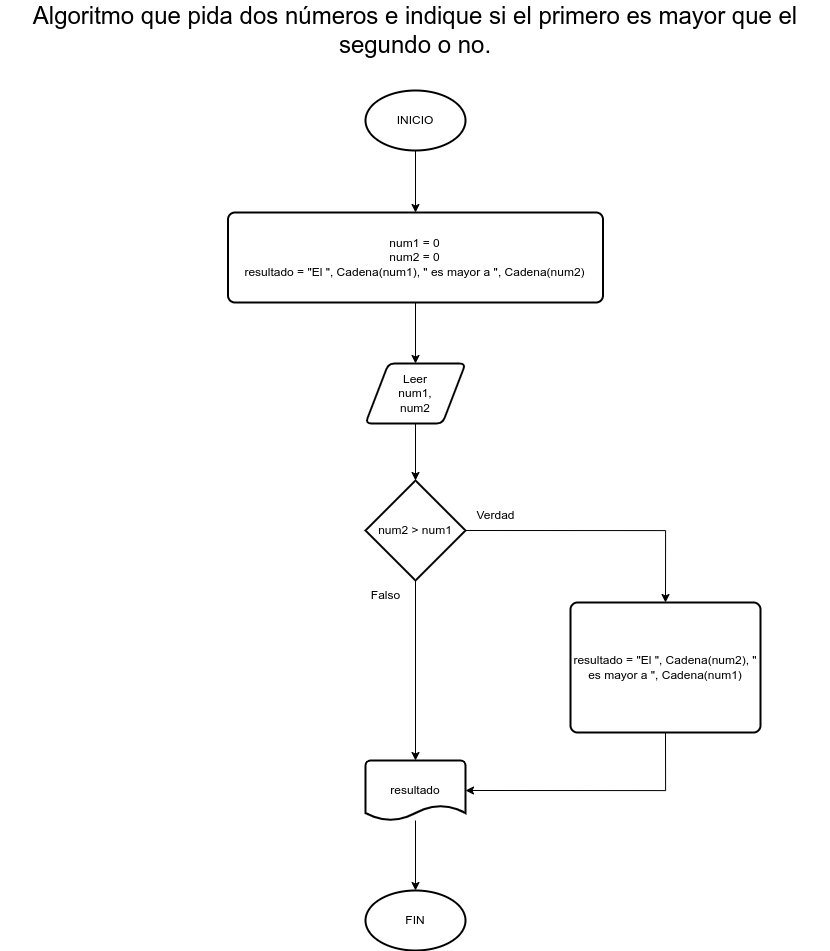
This is Selectivas/Ejercicio 1/Ejercicio1DFD.png from cardozoaldama/algoritmia-basica, a draw.io export, as it was before one commit. Source tidied: cells renumbered, new cells last; positions are measured from the earlier drawing's top-left corner, leaving out a move shared by most shapes. Its diagram source:
```xml
<mxGraphModel>
  <root>
    <mxCell id="0" />
    <mxCell id="1" parent="0" />
    <mxCell id="2" style="group;" parent="1" vertex="1">
      <mxGeometry width="830" height="950" as="geometry" />
    </mxCell>
    <mxCell id="3" value="Algoritmo que pida dos números e indique si el primero es mayor que el segundo o no." style="text;whiteSpace=wrap;fontSize=24;align=center;verticalAlign=middle;" parent="2" vertex="1">
      <mxGeometry width="830" height="60" as="geometry" />
    </mxCell>
    <mxCell id="4" value="INICIO" style="strokeWidth=2;html=1;shape=mxgraph.flowchart.start_1;whiteSpace=wrap;flipV=0;" parent="2" vertex="1">
      <mxGeometry x="365" y="90" width="100" height="60" as="geometry" />
    </mxCell>
    <mxCell id="5" value="num1 = 0&lt;br&gt;num2 = 0&lt;br&gt;resultado = &quot;El &quot;, Cadena(num1), &quot; es mayor a &quot;, Cadena(num2)" style="rounded=1;whiteSpace=wrap;html=1;absoluteArcSize=1;arcSize=14;strokeWidth=2;flipV=0;" parent="2" vertex="1">
      <mxGeometry x="227.5" y="212" width="375" height="90" as="geometry" />
    </mxCell>
    <mxCell id="6" style="edgeStyle=orthogonalEdgeStyle;rounded=0;jettySize=auto;html=1;" parent="2" edge="1" source="4" target="5">
      <mxGeometry relative="1" as="geometry" />
    </mxCell>
    <mxCell id="7" value="Leer&lt;br&gt;num1,&lt;br&gt;num2" style="shape=parallelogram;html=1;strokeWidth=2;perimeter=parallelogramPerimeter;whiteSpace=wrap;rounded=1;arcSize=12;size=0.23;flipV=0;" parent="2" vertex="1">
      <mxGeometry x="365" y="363" width="100" height="60" as="geometry" />
    </mxCell>
    <mxCell id="8" style="edgeStyle=orthogonalEdgeStyle;rounded=0;jettySize=auto;html=1;" parent="2" edge="1" source="5" target="7">
      <mxGeometry relative="1" as="geometry" />
    </mxCell>
    <mxCell id="9" value="num2 &amp;gt; num1" style="strokeWidth=2;html=1;shape=mxgraph.flowchart.decision;whiteSpace=wrap;flipV=0;" parent="2" vertex="1">
      <mxGeometry x="365" y="480" width="100" height="100" as="geometry" />
    </mxCell>
    <mxCell id="10" style="edgeStyle=orthogonalEdgeStyle;rounded=0;jettySize=auto;html=1;" parent="2" edge="1" source="7" target="9">
      <mxGeometry relative="1" as="geometry" />
    </mxCell>
    <mxCell id="11" value="resultado = &quot;El &quot;, Cadena(num2), &quot; es mayor a &quot;, Cadena(num1)" style="rounded=1;whiteSpace=wrap;html=1;absoluteArcSize=1;arcSize=14;strokeWidth=2;flipV=0;" parent="2" vertex="1">
      <mxGeometry x="570" y="602" width="190" height="130" as="geometry" />
    </mxCell>
    <mxCell id="12" style="edgeStyle=orthogonalEdgeStyle;rounded=0;jettySize=auto;html=1;exitX=1;exitY=0.5;exitDx=0;exitDy=0;exitPerimeter=0;entryX=0.5;entryY=0;entryDx=0;entryDy=0;" parent="2" edge="1" source="9" target="11">
      <mxGeometry relative="1" as="geometry" />
    </mxCell>
    <mxCell id="13" value="resultado" style="strokeWidth=2;html=1;shape=mxgraph.flowchart.document2;whiteSpace=wrap;size=0.25;flipV=0;" parent="2" vertex="1">
      <mxGeometry x="365" y="760" width="100" height="60" as="geometry" />
    </mxCell>
    <mxCell id="14" style="edgeStyle=orthogonalEdgeStyle;rounded=0;jettySize=auto;html=1;exitX=0.5;exitY=1;exitDx=0;exitDy=0;exitPerimeter=0;entryX=0.5;entryY=0;entryDx=0;entryDy=0;entryPerimeter=0;" parent="2" edge="1" source="9" target="13">
      <mxGeometry relative="1" as="geometry" />
    </mxCell>
    <mxCell id="15" style="edgeStyle=orthogonalEdgeStyle;rounded=0;jettySize=auto;html=1;exitX=0.5;exitY=1;exitDx=0;exitDy=0;entryX=1;entryY=0.5;entryDx=0;entryDy=0;entryPerimeter=0;" parent="2" edge="1" source="11" target="13">
      <mxGeometry relative="1" as="geometry" />
    </mxCell>
    <mxCell id="16" value="FIN" style="strokeWidth=2;html=1;shape=mxgraph.flowchart.start_1;whiteSpace=wrap;flipV=0;" parent="2" vertex="1">
      <mxGeometry x="365" y="890" width="100" height="60" as="geometry" />
    </mxCell>
    <mxCell id="17" style="edgeStyle=orthogonalEdgeStyle;rounded=0;jettySize=auto;html=1;" parent="2" edge="1" source="13" target="16">
      <mxGeometry relative="1" as="geometry" />
    </mxCell>
    <mxCell id="18" value="Verdad" style="text;html=1;align=center;verticalAlign=middle;strokeColor=none;fillColor=none;" parent="2" vertex="1">
      <mxGeometry x="465" y="500" width="60" height="30" as="geometry" />
    </mxCell>
    <mxCell id="19" value="Falso" style="text;html=1;align=center;verticalAlign=middle;strokeColor=none;fillColor=none;" parent="2" vertex="1">
      <mxGeometry x="360" y="580" width="50" height="30" as="geometry" />
    </mxCell>
  </root>
</mxGraphModel>
```
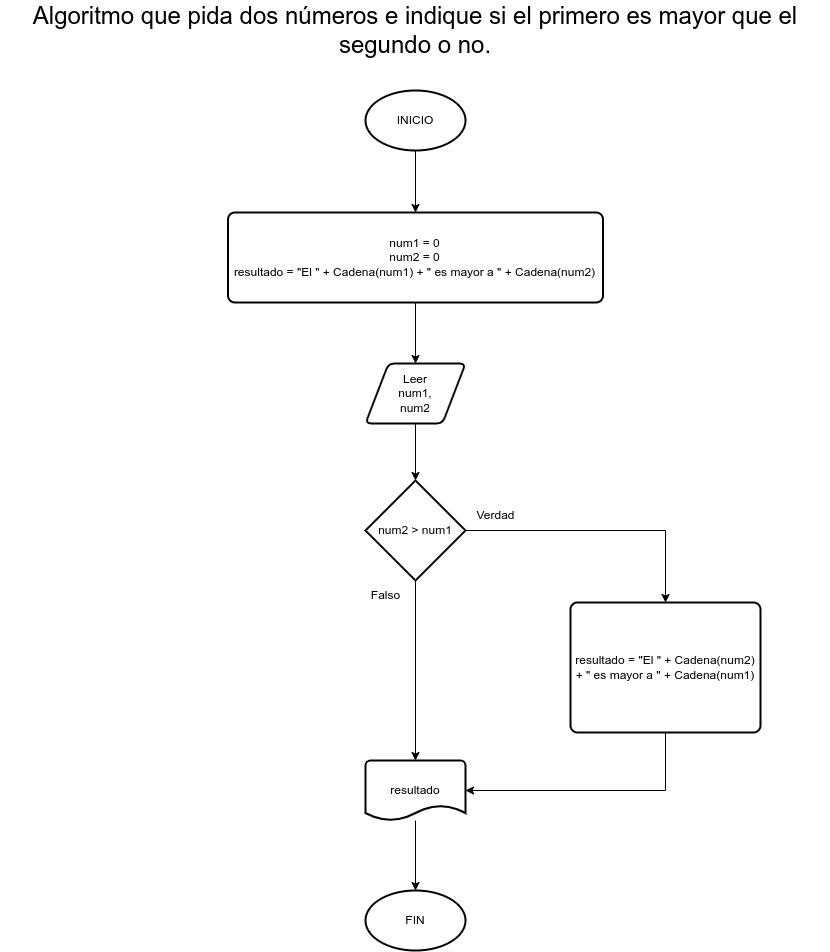
The same diagram one commit later.

Commit message:
DFD corregido las asignaciones del resultado

Diff of the diagram source:
```diff
@@ -11,7 +11,7 @@
     <mxCell id="4" value="INICIO" style="strokeWidth=2;html=1;shape=mxgraph.flowchart.start_1;whiteSpace=wrap;flipV=0;" parent="2" vertex="1">
       <mxGeometry x="365" y="90" width="100" height="60" as="geometry" />
     </mxCell>
-    <mxCell id="5" value="num1 = 0&lt;br&gt;num2 = 0&lt;br&gt;resultado = &quot;El &quot;, Cadena(num1), &quot; es mayor a &quot;, Cadena(num2)" style="rounded=1;whiteSpace=wrap;html=1;absoluteArcSize=1;arcSize=14;strokeWidth=2;flipV=0;" parent="2" vertex="1">
+    <mxCell id="5" value="num1 = 0&lt;br&gt;num2 = 0&lt;br&gt;resultado = &quot;El &quot; + Cadena(num1) + &quot; es mayor a &quot; + Cadena(num2)" style="rounded=1;whiteSpace=wrap;html=1;absoluteArcSize=1;arcSize=14;strokeWidth=2;flipV=0;" parent="2" vertex="1">
       <mxGeometry x="227.5" y="212" width="375" height="90" as="geometry" />
     </mxCell>
     <mxCell id="6" style="edgeStyle=orthogonalEdgeStyle;rounded=0;jettySize=auto;html=1;" parent="2" edge="1" source="4" target="5">
@@ -29,7 +29,7 @@
     <mxCell id="10" style="edgeStyle=orthogonalEdgeStyle;rounded=0;jettySize=auto;html=1;" parent="2" edge="1" source="7" target="9">
       <mxGeometry relative="1" as="geometry" />
     </mxCell>
-    <mxCell id="11" value="resultado = &quot;El &quot;, Cadena(num2), &quot; es mayor a &quot;, Cadena(num1)" style="rounded=1;whiteSpace=wrap;html=1;absoluteArcSize=1;arcSize=14;strokeWidth=2;flipV=0;" parent="2" vertex="1">
+    <mxCell id="11" value="resultado = &quot;El &quot; + Cadena(num2) + &quot; es mayor a &quot; + Cadena(num1)" style="rounded=1;whiteSpace=wrap;html=1;absoluteArcSize=1;arcSize=14;strokeWidth=2;flipV=0;" parent="2" vertex="1">
       <mxGeometry x="570" y="602" width="190" height="130" as="geometry" />
     </mxCell>
     <mxCell id="12" style="edgeStyle=orthogonalEdgeStyle;rounded=0;jettySize=auto;html=1;exitX=1;exitY=0.5;exitDx=0;exitDy=0;exitPerimeter=0;entryX=0.5;entryY=0;entryDx=0;entryDy=0;" parent="2" edge="1" source="9" target="11">
```
